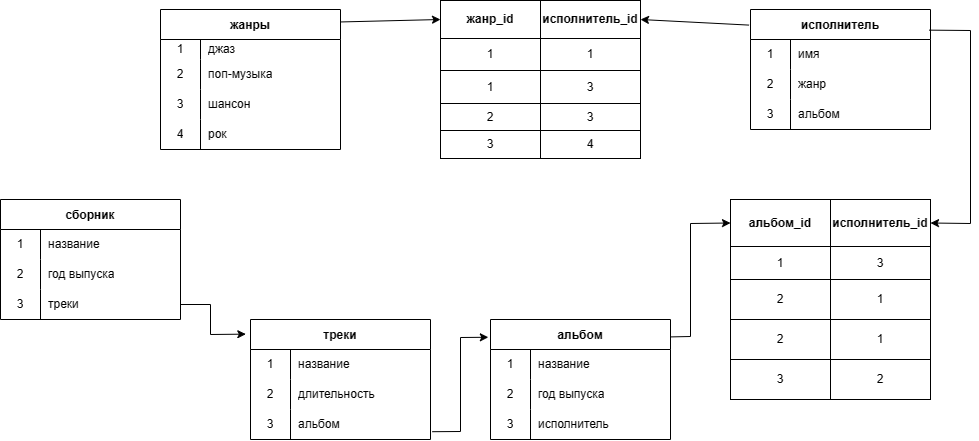
Above: музыкальный_сайт2.png in baranova-ekaterina/types (draw.io), before the change. Source tidied: cells renumbered, new cells last; positions are measured from the earlier drawing's top-left corner, leaving out a move shared by most shapes.
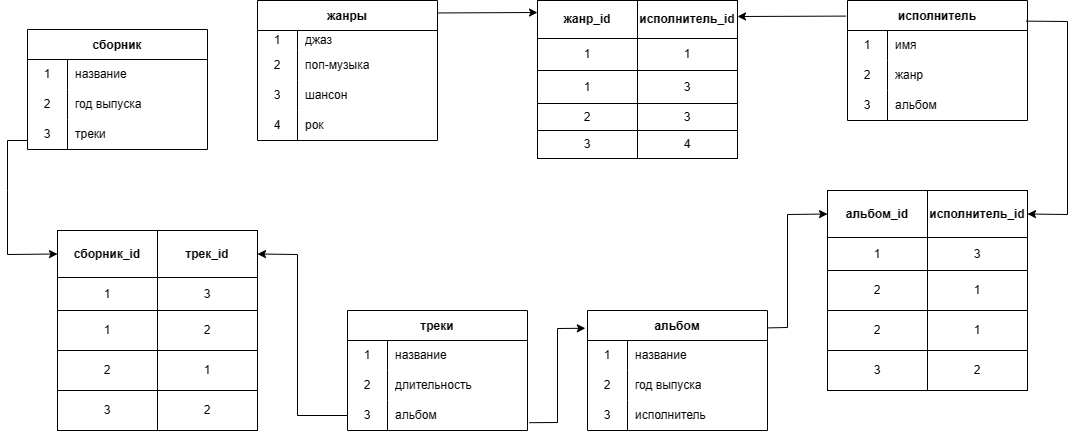
The same file after the commit.

Diff of the diagram source:
```diff
@@ -132,7 +132,7 @@
       <mxGeometry x="40" width="140" height="30" as="geometry" />
     </mxCell>
     <mxCell id="45" style="shadow=0;fillColor=none;" parent="1" vertex="1">
-      <mxGeometry x="440" width="200" height="158" as="geometry" />
+      <mxGeometry x="440" y="9" width="200" height="158" as="geometry" />
     </mxCell>
     <mxCell id="46" style="shape=tableRow;horizontal=0;startSize=0;swimlaneHead=0;swimlaneBody=0;top=0;left=0;bottom=0;right=0;fontStyle=0;fillColor=none;strokeColor=inherit;" parent="45" vertex="1">
       <mxGeometry width="200" height="38" as="geometry" />
@@ -179,11 +179,15 @@
     <mxCell id="60" value="4" style="strokeColor=inherit;fillColor=none;align=center;whiteSpace=wrap;html=1;" parent="58" vertex="1">
       <mxGeometry x="100" width="100" height="28" as="geometry" />
     </mxCell>
-    <mxCell id="61" style="endArrow=classic;html=1;rounded=0;exitX=-0.008;exitY=0.13;exitDx=0;exitDy=0;exitPerimeter=0;entryX=1;entryY=0.5;entryDx=0;entryDy=0;" parent="1" edge="1" source="15" target="46">
-      <mxGeometry relative="1" as="geometry" />
+    <mxCell id="61" style="endArrow=classic;html=1;rounded=0;exitX=-0.008;exitY=0.13;exitDx=0;exitDy=0;exitPerimeter=0;" parent="1" edge="1" source="15">
+      <mxGeometry relative="1" as="geometry">
+        <mxPoint x="640" y="25" as="targetPoint" />
+      </mxGeometry>
     </mxCell>
-    <mxCell id="62" style="endArrow=classic;html=1;rounded=0;exitX=0.999;exitY=0.089;exitDx=0;exitDy=0;exitPerimeter=0;entryX=0;entryY=0.5;entryDx=0;entryDy=0;" parent="1" edge="1" source="2" target="46">
-      <mxGeometry relative="1" as="geometry" />
+    <mxCell id="62" style="endArrow=classic;html=1;rounded=0;exitX=0.999;exitY=0.089;exitDx=0;exitDy=0;exitPerimeter=0;" parent="1" edge="1" source="2">
+      <mxGeometry relative="1" as="geometry">
+        <mxPoint x="440" y="21" as="targetPoint" />
+      </mxGeometry>
     </mxCell>
     <mxCell id="63" style="shadow=0;fillColor=none;" parent="1" vertex="1">
       <mxGeometry x="730" y="199" width="200" height="200" as="geometry" />
@@ -250,7 +254,7 @@
       </mxGeometry>
     </mxCell>
     <mxCell id="81" value="сборник" style="shape=table;startSize=30;rowLines=0;fontStyle=1;" parent="1" vertex="1">
-      <mxGeometry y="199" width="180" height="120" as="geometry" />
+      <mxGeometry x="-70" y="38" width="180" height="120" as="geometry" />
     </mxCell>
     <mxCell id="82" style="shape=tableRow;horizontal=0;startSize=0;swimlaneHead=0;swimlaneBody=0;top=0;left=0;bottom=0;right=0;fillColor=none;" parent="81" vertex="1">
       <mxGeometry y="30" width="180" height="30" as="geometry" />
@@ -287,13 +291,74 @@
         </Array>
       </mxGeometry>
     </mxCell>
-    <mxCell id="92" style="endArrow=classic;html=1;rounded=0;exitX=1;exitY=0.5;exitDx=0;exitDy=0;entryX=-0.026;entryY=0.122;entryDx=0;entryDy=0;entryPerimeter=0;" parent="1" edge="1" source="88" target="35">
+    <mxCell id="92" style="endArrow=classic;html=1;rounded=0;entryX=0;entryY=0.5;entryDx=0;entryDy=0;" parent="1" edge="1" target="94">
       <mxGeometry relative="1" as="geometry">
+        <mxPoint x="-70" y="149" as="sourcePoint" />
         <Array as="points">
-          <mxPoint x="210" y="304" />
-          <mxPoint x="210" y="334" />
+          <mxPoint x="-90" y="149" />
+          <mxPoint x="-90" y="199" />
+          <mxPoint x="-90" y="263" />
         </Array>
       </mxGeometry>
     </mxCell>
+    <mxCell id="93" style="shadow=0;fillColor=none;" parent="1" vertex="1">
+      <mxGeometry x="-40" y="239" width="200" height="200" as="geometry" />
+    </mxCell>
+    <mxCell id="94" style="shape=tableRow;horizontal=0;startSize=0;swimlaneHead=0;swimlaneBody=0;top=0;left=0;bottom=0;right=0;fontStyle=0;fillColor=none;strokeColor=inherit;" parent="93" vertex="1">
+      <mxGeometry width="200" height="47" as="geometry" />
+    </mxCell>
+    <mxCell id="95" value="сборник_id" style="strokeColor=inherit;fillColor=none;align=center;whiteSpace=wrap;html=1;fontStyle=1;" parent="94" vertex="1">
+      <mxGeometry width="100" height="47" as="geometry" />
+    </mxCell>
+    <mxCell id="96" value="трек_id" style="strokeColor=inherit;fillColor=none;align=center;whiteSpace=wrap;html=1;fontStyle=1;" parent="94" vertex="1">
+      <mxGeometry x="100" width="100" height="47" as="geometry" />
+    </mxCell>
+    <mxCell id="97" style="shape=tableRow;horizontal=0;startSize=0;swimlaneHead=0;swimlaneBody=0;top=0;left=0;bottom=0;right=0;fontStyle=0;fillColor=none;strokeColor=inherit;" parent="93" vertex="1">
+      <mxGeometry y="47" width="200" height="33" as="geometry" />
+    </mxCell>
+    <mxCell id="98" value="1" style="strokeColor=inherit;fillColor=none;align=center;whiteSpace=wrap;html=1;" parent="97" vertex="1">
+      <mxGeometry width="100" height="33" as="geometry" />
+    </mxCell>
+    <mxCell id="99" value="3" style="strokeColor=inherit;fillColor=none;align=center;whiteSpace=wrap;html=1;" parent="97" vertex="1">
+      <mxGeometry x="100" width="100" height="33" as="geometry" />
+    </mxCell>
+    <mxCell id="100" style="shape=tableRow;horizontal=0;startSize=0;swimlaneHead=0;swimlaneBody=0;top=0;left=0;bottom=0;right=0;fontStyle=0;fillColor=none;strokeColor=inherit;" parent="93" vertex="1">
+      <mxGeometry y="80" width="200" height="40" as="geometry" />
+    </mxCell>
+    <mxCell id="101" value="1" style="strokeColor=inherit;fillColor=none;align=center;whiteSpace=wrap;html=1;" parent="100" vertex="1">
+      <mxGeometry width="100" height="40" as="geometry" />
+    </mxCell>
+    <mxCell id="102" value="2" style="strokeColor=inherit;fillColor=none;align=center;whiteSpace=wrap;html=1;" parent="100" vertex="1">
+      <mxGeometry x="100" width="100" height="40" as="geometry" />
+    </mxCell>
+    <mxCell id="103" style="shape=tableRow;horizontal=0;startSize=0;swimlaneHead=0;swimlaneBody=0;top=0;left=0;bottom=0;right=0;fontStyle=0;fillColor=none;strokeColor=inherit;" parent="93" vertex="1">
+      <mxGeometry y="120" width="200" height="40" as="geometry" />
+    </mxCell>
+    <mxCell id="104" value="2" style="strokeColor=inherit;fillColor=none;align=center;whiteSpace=wrap;html=1;" parent="103" vertex="1">
+      <mxGeometry width="100" height="40" as="geometry" />
+    </mxCell>
+    <mxCell id="105" value="1" style="strokeColor=inherit;fillColor=none;align=center;whiteSpace=wrap;html=1;" parent="103" vertex="1">
+      <mxGeometry x="100" width="100" height="40" as="geometry" />
+    </mxCell>
+    <mxCell id="106" style="shape=tableRow;horizontal=0;startSize=0;swimlaneHead=0;swimlaneBody=0;top=0;left=0;bottom=0;right=0;fontStyle=0;fillColor=none;strokeColor=inherit;" parent="93" vertex="1">
+      <mxGeometry y="160" width="200" height="40" as="geometry" />
+    </mxCell>
+    <mxCell id="107" value="3" style="strokeColor=inherit;fillColor=none;align=center;whiteSpace=wrap;html=1;" parent="106" vertex="1">
+      <mxGeometry width="100" height="40" as="geometry" />
+    </mxCell>
+    <mxCell id="108" value="2" style="strokeColor=inherit;fillColor=none;align=center;whiteSpace=wrap;html=1;" parent="106" vertex="1">
+      <mxGeometry x="100" width="100" height="40" as="geometry" />
+    </mxCell>
+    <mxCell id="109" style="endArrow=none;html=1;rounded=0;exitX=0.5;exitY=0;exitDx=0;exitDy=0;entryX=0.5;entryY=0;entryDx=0;entryDy=0;" parent="93" edge="1" source="103" target="100">
+      <mxGeometry relative="1" as="geometry" />
+    </mxCell>
+    <mxCell id="110" style="endArrow=classic;html=1;rounded=0;exitX=0;exitY=0.5;exitDx=0;exitDy=0;entryX=1;entryY=0.5;entryDx=0;entryDy=0;" parent="1" edge="1" source="42" target="94">
+      <mxGeometry relative="1" as="geometry">
+        <Array as="points">
+          <mxPoint x="200" y="424" />
+          <mxPoint x="200" y="263" />
+        </Array>
+      </mxGeometry>
+    </mxCell>
   </root>
 </mxGraphModel>
```
